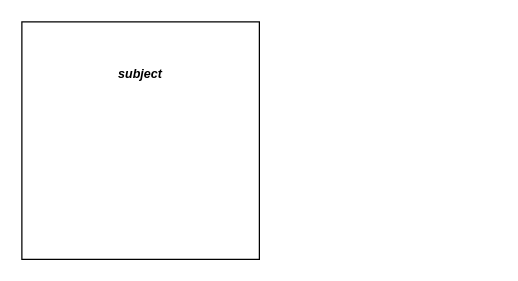
The draw.io diagram public/未命名绘图.drawio in corn12138/material-kit-react, before the edit. Source tidied: cells renumbered, new cells numbered last; positions are measured from the earlier drawing's top-left corner, leaving out a move shared by most shapes. Both pictures are drawn from the tidied source at 125%, with x=0, y=0 at pixel (21, 21).
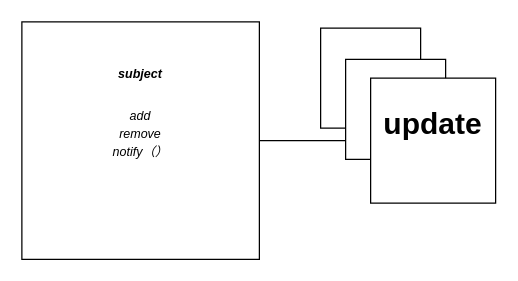
The same diagram, later.

Commit message (it also covers changes not shown here):
更新未命名绘图.drawio

Diff of the diagram source:
```diff
@@
 <mxGraphModel>
   <root>
     <mxCell id="0" />
     <mxCell id="1" parent="0" />
+    <mxCell id="3" style="edgeStyle=orthogonalEdgeStyle;rounded=0;jettySize=auto;html=1;" parent="1" edge="1" source="2" target="6">
+      <mxGeometry relative="1" as="geometry" />
+    </mxCell>
-    <mxCell id="2" value="&lt;h1 style=&quot;&quot;&gt;&lt;font size=&quot;1&quot; style=&quot;&quot;&gt;&lt;i style=&quot;font-size: 10px;&quot;&gt;subject&lt;/i&gt;&lt;/font&gt;&lt;/h1&gt;&lt;div style=&quot;text-align: left;&quot;&gt;&lt;font size=&quot;1&quot; style=&quot;&quot;&gt;&lt;i style=&quot;font-size: 10px;&quot;&gt;&lt;br&gt;&lt;/i&gt;&lt;/font&gt;&lt;/div&gt;" style="whiteSpace=wrap;html=1;verticalAlign=top;align=center;" parent="1" vertex="1">
+    <mxCell id="2" value="&lt;h1 style=&quot;&quot;&gt;&lt;font size=&quot;1&quot; style=&quot;&quot;&gt;&lt;i style=&quot;font-size: 10px;&quot;&gt;subject&lt;/i&gt;&lt;/font&gt;&lt;/h1&gt;&lt;div&gt;&lt;font size=&quot;1&quot; style=&quot;&quot;&gt;&lt;i style=&quot;font-size: 10px;&quot;&gt;add&lt;/i&gt;&lt;/font&gt;&lt;/div&gt;&lt;div&gt;&lt;font size=&quot;1&quot; style=&quot;&quot;&gt;&lt;i style=&quot;font-size: 10px;&quot;&gt;remove&lt;/i&gt;&lt;/font&gt;&lt;/div&gt;&lt;div&gt;&lt;font size=&quot;1&quot; style=&quot;&quot;&gt;&lt;i style=&quot;font-size: 10px;&quot;&gt;notify（）&lt;/i&gt;&lt;/font&gt;&lt;/div&gt;" style="whiteSpace=wrap;html=1;verticalAlign=top;align=center;" parent="1" vertex="1">
       <mxGeometry width="190" height="190" as="geometry" />
     </mxCell>
+    <mxCell id="4" style="whiteSpace=wrap;html=1;" parent="1" vertex="1">
+      <mxGeometry x="239" y="5" width="80" height="80" as="geometry" />
+    </mxCell>
+    <mxCell id="5" style="whiteSpace=wrap;html=1;" parent="1" vertex="1">
+      <mxGeometry x="259" y="30" width="80" height="80" as="geometry" />
+    </mxCell>
+    <mxCell id="6" value="&lt;h1 style=&quot;&quot;&gt;update&lt;/h1&gt;" style="whiteSpace=wrap;html=1;verticalAlign=top;align=center;" parent="1" vertex="1">
+      <mxGeometry x="279" y="45" width="100" height="100" as="geometry" />
+    </mxCell>
   </root>
 </mxGraphModel>
```
